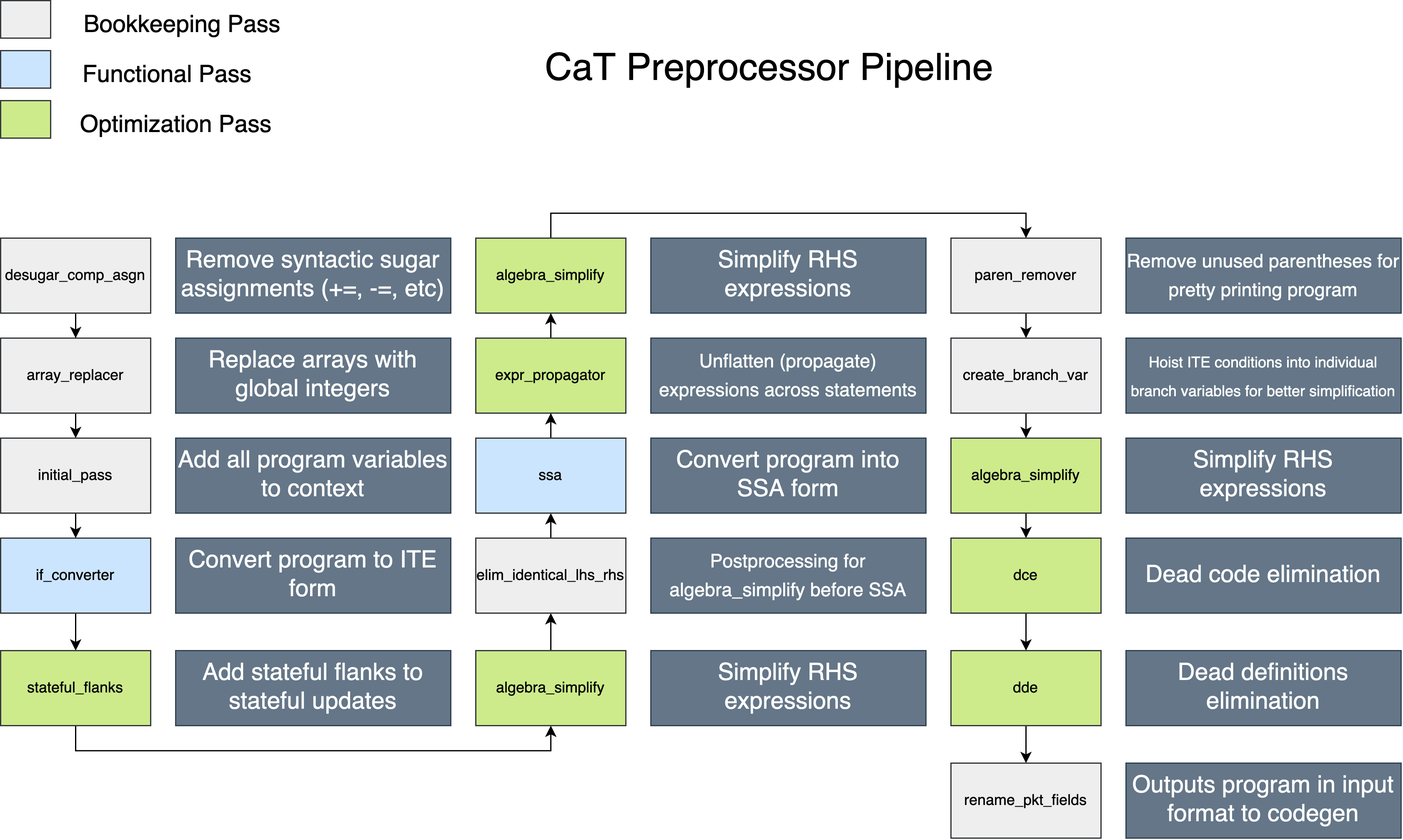
Above: pass_diagram.png in CaT-mindepth/CaT-Preprocessor (draw.io), before the change. Source tidied: cells renumbered, new cells last; positions are measured from the earlier drawing's top-left corner, leaving out a move shared by most shapes.
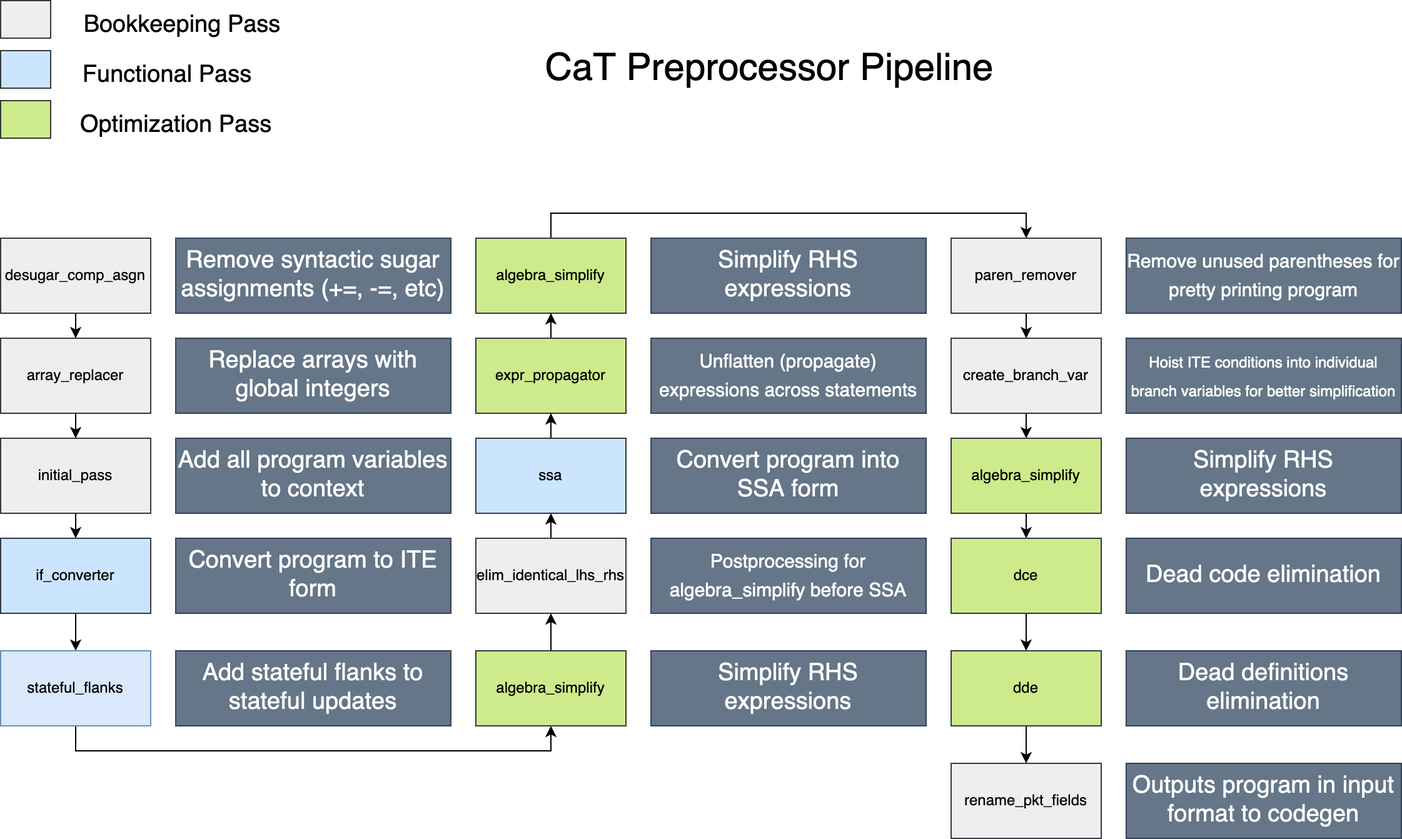
Above is the later version.

Commit message:
make stateful_flanks block blue in pass diagram

Diff of the diagram source:
```diff
@@ -11,7 +11,7 @@
     <mxCell id="4" style="edgeStyle=orthogonalEdgeStyle;rounded=0;jettySize=auto;html=1;exitX=0.5;exitY=1;exitDx=0;exitDy=0;entryX=0.5;entryY=1;entryDx=0;entryDy=0;" parent="1" edge="1" source="5" target="7">
       <mxGeometry relative="1" as="geometry" />
     </mxCell>
-    <mxCell id="5" value="stateful_flanks" style="rounded=0;whiteSpace=wrap;html=1;fillColor=#cdeb8b;strokeColor=#36393d;" parent="1" vertex="1">
+    <mxCell id="5" value="stateful_flanks" style="rounded=0;whiteSpace=wrap;html=1;fillColor=#dae8fc;strokeColor=#6c8ebf;" parent="1" vertex="1">
       <mxGeometry y="520" width="120" height="60" as="geometry" />
     </mxCell>
     <mxCell id="6" style="edgeStyle=orthogonalEdgeStyle;rounded=0;jettySize=auto;html=1;exitX=0.5;exitY=0;exitDx=0;exitDy=0;entryX=0.5;entryY=1;entryDx=0;entryDy=0;" parent="1" edge="1" source="7" target="9">
```
